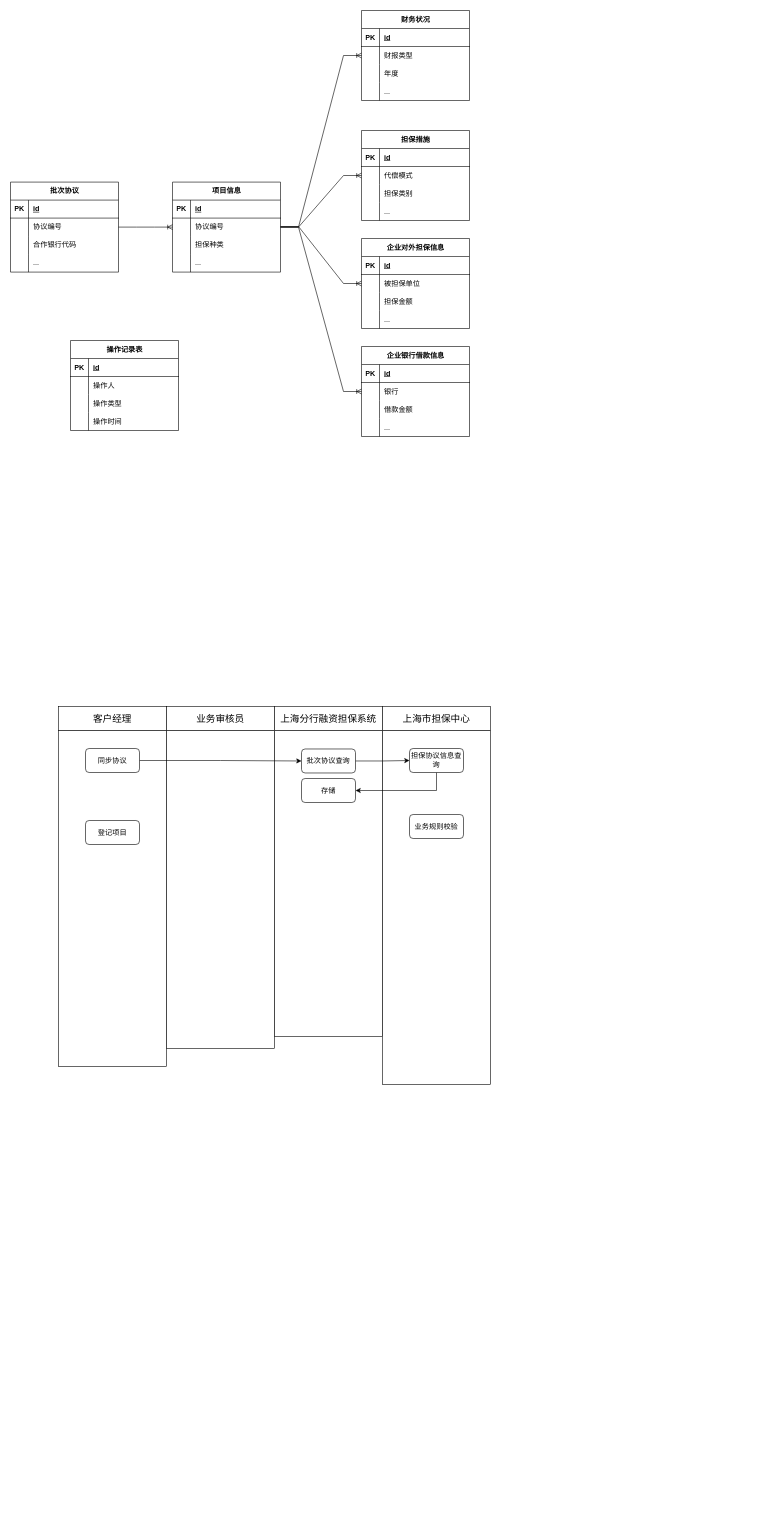
The draw.io diagram rzdbjj.drawio in zhufuyin/draw, before the edit. Source tidied: cells renumbered, new cells numbered last; positions are measured from the earlier drawing's top-left corner, leaving out a move shared by most shapes. Both pictures are drawn from the tidied source at 60%, with x=0, y=0 at pixel (10, 10).
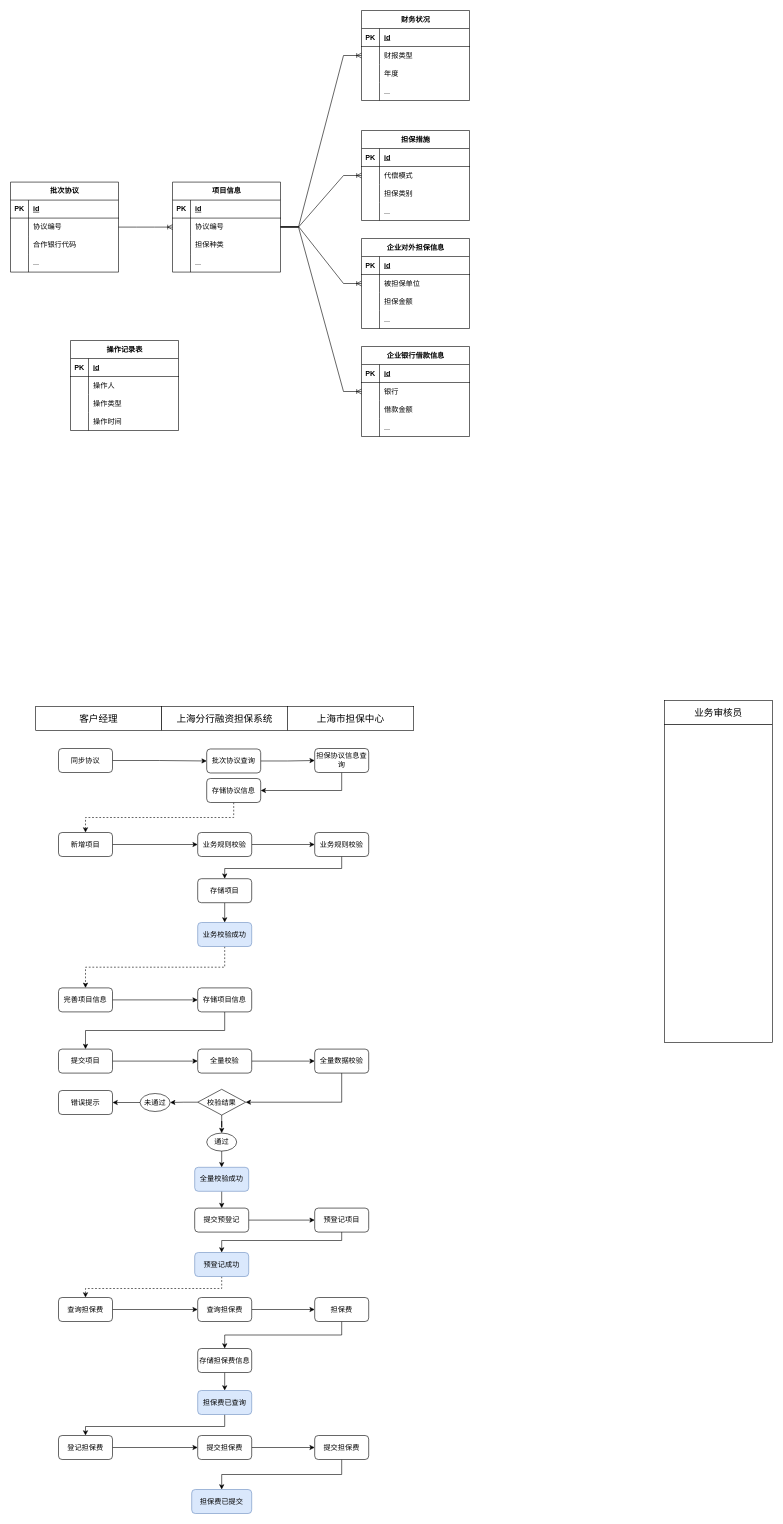
After the change.

What changed in the source:
```diff
@@
-    <mxCell id="2" style="rounded=0;whiteSpace=wrap;html=1;" parent="1" vertex="1">
-      <mxGeometry x="80" y="1200" width="180" height="560" as="geometry" />
-    </mxCell>
-    <mxCell id="3" style="rounded=0;whiteSpace=wrap;html=1;" parent="1" vertex="1">
-      <mxGeometry x="260" y="1200" width="180" height="530" as="geometry" />
-    </mxCell>
-    <mxCell id="4" style="rounded=0;whiteSpace=wrap;html=1;" parent="1" vertex="1">
-      <mxGeometry x="440" y="1200" width="180" height="510" as="geometry" />
-    </mxCell>
     <mxCell id="5" value="客户经理" style="rounded=0;whiteSpace=wrap;html=1;fontSize=16;" parent="1" vertex="1">
-      <mxGeometry x="80" y="1160" width="180" height="40" as="geometry" />
+      <mxGeometry x="42" y="1160" width="210" height="40" as="geometry" />
     </mxCell>
+    <mxCell id="115" style="edgeStyle=orthogonalEdgeStyle;rounded=0;jettySize=auto;html=1;exitX=1;exitY=0.5;exitDx=0;exitDy=0;entryX=0;entryY=0.5;entryDx=0;entryDy=0;" parent="1" edge="1" source="6" target="120">
+      <mxGeometry relative="1" as="geometry" />
+    </mxCell>
-    <mxCell id="6" value="登记项目" style="rounded=1;whiteSpace=wrap;html=1;" parent="1" vertex="1">
-      <mxGeometry x="125" y="1350" width="90" height="40" as="geometry" />
+    <mxCell id="6" value="新增项目" style="rounded=1;whiteSpace=wrap;html=1;" parent="1" vertex="1">
+      <mxGeometry x="80" y="1370" width="90" height="40" as="geometry" />
     </mxCell>
     <mxCell id="7" value="上海市担保中心" style="rounded=0;whiteSpace=wrap;html=1;fontSize=16;" parent="1" vertex="1">
-      <mxGeometry x="620" y="1160" width="180" height="40" as="geometry" />
+      <mxGeometry x="462" y="1160" width="210" height="40" as="geometry" />
     </mxCell>
-    <mxCell id="8" style="rounded=0;whiteSpace=wrap;html=1;" parent="1" vertex="1">
-      <mxGeometry x="620" y="1200" width="180" height="590" as="geometry" />
-    </mxCell>
+    <mxCell id="116" style="edgeStyle=orthogonalEdgeStyle;rounded=0;jettySize=auto;html=1;exitX=0.5;exitY=1;exitDx=0;exitDy=0;entryX=0.5;entryY=0;entryDx=0;entryDy=0;" parent="1" edge="1" source="9" target="122">
+      <mxGeometry relative="1" as="geometry">
+        <Array as="points">
+          <mxPoint x="552" y="1430" />
+          <mxPoint x="357" y="1430" />
+        </Array>
+      </mxGeometry>
+    </mxCell>
     <mxCell id="9" value="业务规则校验" style="rounded=1;whiteSpace=wrap;html=1;" parent="1" vertex="1">
-      <mxGeometry x="665" y="1340" width="90" height="40" as="geometry" />
+      <mxGeometry x="507" y="1370" width="90" height="40" as="geometry" />
     </mxCell>
@@
     <mxCell id="11" value="担保协议信息查询" style="rounded=1;whiteSpace=wrap;html=1;" parent="1" vertex="1">
-      <mxGeometry x="665" y="1230" width="90" height="40" as="geometry" />
+      <mxGeometry x="507" y="1230" width="90" height="40" as="geometry" />
     </mxCell>
     <mxCell id="12" value="上海分行融资担保系统" style="rounded=0;whiteSpace=wrap;html=1;fontSize=16;" parent="1" vertex="1">
-      <mxGeometry x="440" y="1160" width="180" height="40" as="geometry" />
+      <mxGeometry x="252" y="1160" width="210" height="40" as="geometry" />
     </mxCell>
@@
     <mxCell id="14" value="批次协议查询" style="rounded=1;whiteSpace=wrap;html=1;" parent="1" vertex="1">
-      <mxGeometry x="485" y="1230.8" width="90" height="40" as="geometry" />
+      <mxGeometry x="327" y="1230.8" width="90" height="40" as="geometry" />
     </mxCell>
-    <mxCell id="15" value="业务审核员" style="rounded=0;whiteSpace=wrap;html=1;fontSize=16;" parent="1" vertex="1">
-      <mxGeometry x="260" y="1160" width="180" height="40" as="geometry" />
-    </mxCell>
+    <mxCell id="117" style="edgeStyle=orthogonalEdgeStyle;rounded=0;jettySize=auto;html=1;exitX=0.5;exitY=1;exitDx=0;exitDy=0;entryX=0.5;entryY=0;entryDx=0;entryDy=0;dashed=1;" parent="1" edge="1" source="16" target="6">
+      <mxGeometry relative="1" as="geometry" />
+    </mxCell>
-    <mxCell id="16" value="存储" style="rounded=1;whiteSpace=wrap;html=1;" parent="1" vertex="1">
-      <mxGeometry x="485" y="1280" width="90" height="40" as="geometry" />
+    <mxCell id="16" value="存储协议信息" style="rounded=1;whiteSpace=wrap;html=1;" parent="1" vertex="1">
+      <mxGeometry x="327" y="1280" width="90" height="40" as="geometry" />
     </mxCell>
@@
     <mxCell id="18" value="同步协议" style="rounded=1;whiteSpace=wrap;html=1;" parent="1" vertex="1">
-      <mxGeometry x="125" y="1230" width="90" height="40" as="geometry" />
+      <mxGeometry x="80" y="1230" width="90" height="40" as="geometry" />
     </mxCell>
@@
+    <mxCell id="118" style="rounded=0;whiteSpace=wrap;html=1;" parent="1" vertex="1">
+      <mxGeometry x="1090" y="1190" width="180" height="530" as="geometry" />
+    </mxCell>
+    <mxCell id="15" value="业务审核员" style="rounded=0;whiteSpace=wrap;html=1;fontSize=16;" parent="1" vertex="1">
+      <mxGeometry x="1090" y="1150" width="180" height="40" as="geometry" />
+    </mxCell>
+    <mxCell id="119" style="edgeStyle=orthogonalEdgeStyle;rounded=0;jettySize=auto;html=1;exitX=1;exitY=0.5;exitDx=0;exitDy=0;entryX=0;entryY=0.5;entryDx=0;entryDy=0;" parent="1" edge="1" source="120" target="9">
+      <mxGeometry relative="1" as="geometry" />
+    </mxCell>
+    <mxCell id="120" value="业务规则校验" style="rounded=1;whiteSpace=wrap;html=1;" parent="1" vertex="1">
+      <mxGeometry x="312" y="1370" width="90" height="40" as="geometry" />
+    </mxCell>
+    <mxCell id="121" style="edgeStyle=orthogonalEdgeStyle;rounded=0;jettySize=auto;html=1;exitX=0.5;exitY=1;exitDx=0;exitDy=0;entryX=0.5;entryY=0;entryDx=0;entryDy=0;" parent="1" edge="1" source="122" target="167">
+      <mxGeometry relative="1" as="geometry" />
+    </mxCell>
+    <mxCell id="122" value="存储项目" style="rounded=1;whiteSpace=wrap;html=1;" parent="1" vertex="1">
+      <mxGeometry x="312" y="1447" width="90" height="40" as="geometry" />
+    </mxCell>
+    <mxCell id="123" style="edgeStyle=orthogonalEdgeStyle;rounded=0;jettySize=auto;html=1;exitX=1;exitY=0.5;exitDx=0;exitDy=0;entryX=0;entryY=0.5;entryDx=0;entryDy=0;" parent="1" edge="1" source="124" target="126">
+      <mxGeometry relative="1" as="geometry" />
+    </mxCell>
+    <mxCell id="124" value="完善项目信息" style="rounded=1;whiteSpace=wrap;html=1;" parent="1" vertex="1">
+      <mxGeometry x="80" y="1629" width="90" height="40" as="geometry" />
+    </mxCell>
+    <mxCell id="125" style="edgeStyle=orthogonalEdgeStyle;rounded=0;jettySize=auto;html=1;exitX=0.5;exitY=1;exitDx=0;exitDy=0;entryX=0.5;entryY=0;entryDx=0;entryDy=0;" parent="1" edge="1" source="126" target="128">
+      <mxGeometry relative="1" as="geometry" />
+    </mxCell>
+    <mxCell id="126" value="存储项目信息" style="rounded=1;whiteSpace=wrap;html=1;" parent="1" vertex="1">
+      <mxGeometry x="312" y="1629" width="90" height="40" as="geometry" />
+    </mxCell>
+    <mxCell id="127" style="edgeStyle=orthogonalEdgeStyle;rounded=0;jettySize=auto;html=1;exitX=1;exitY=0.5;exitDx=0;exitDy=0;entryX=0;entryY=0.5;entryDx=0;entryDy=0;" parent="1" edge="1" source="128" target="130">
+      <mxGeometry relative="1" as="geometry" />
+    </mxCell>
+    <mxCell id="128" value="提交项目" style="rounded=1;whiteSpace=wrap;html=1;" parent="1" vertex="1">
+      <mxGeometry x="80" y="1731" width="90" height="40" as="geometry" />
+    </mxCell>
+    <mxCell id="129" style="edgeStyle=orthogonalEdgeStyle;rounded=0;jettySize=auto;html=1;exitX=1;exitY=0.5;exitDx=0;exitDy=0;entryX=0;entryY=0.5;entryDx=0;entryDy=0;" parent="1" edge="1" source="130" target="132">
+      <mxGeometry relative="1" as="geometry" />
+    </mxCell>
+    <mxCell id="130" value="全量校验" style="rounded=1;whiteSpace=wrap;html=1;" parent="1" vertex="1">
+      <mxGeometry x="312" y="1731" width="90" height="40" as="geometry" />
+    </mxCell>
+    <mxCell id="131" style="edgeStyle=orthogonalEdgeStyle;rounded=0;jettySize=auto;html=1;exitX=0.5;exitY=1;exitDx=0;exitDy=0;entryX=1;entryY=0.5;entryDx=0;entryDy=0;" parent="1" edge="1" source="132" target="135">
+      <mxGeometry relative="1" as="geometry" />
+    </mxCell>
+    <mxCell id="132" value="全量数据校验" style="rounded=1;whiteSpace=wrap;html=1;" parent="1" vertex="1">
+      <mxGeometry x="507" y="1731" width="90" height="40" as="geometry" />
+    </mxCell>
+    <mxCell id="133" style="edgeStyle=orthogonalEdgeStyle;rounded=0;jettySize=auto;html=1;exitX=0.5;exitY=1;exitDx=0;exitDy=0;" parent="1" edge="1" source="135" target="139">
+      <mxGeometry relative="1" as="geometry" />
+    </mxCell>
+    <mxCell id="134" style="edgeStyle=orthogonalEdgeStyle;rounded=0;jettySize=auto;html=1;exitX=0;exitY=0.5;exitDx=0;exitDy=0;entryX=1;entryY=0.5;entryDx=0;entryDy=0;" parent="1" edge="1" source="135" target="137">
+      <mxGeometry relative="1" as="geometry" />
+    </mxCell>
+    <mxCell id="135" value="校验结果" style="rhombus;whiteSpace=wrap;html=1;" parent="1" vertex="1">
+      <mxGeometry x="312" y="1798" width="80" height="43" as="geometry" />
+    </mxCell>
+    <mxCell id="136" style="edgeStyle=orthogonalEdgeStyle;rounded=0;jettySize=auto;html=1;exitX=0;exitY=0.5;exitDx=0;exitDy=0;entryX=1;entryY=0.5;entryDx=0;entryDy=0;" parent="1" edge="1" source="137" target="140">
+      <mxGeometry relative="1" as="geometry" />
+    </mxCell>
+    <mxCell id="137" value="未通过" style="ellipse;whiteSpace=wrap;html=1;" parent="1" vertex="1">
+      <mxGeometry x="216" y="1805" width="50" height="30" as="geometry" />
+    </mxCell>
+    <mxCell id="138" style="edgeStyle=orthogonalEdgeStyle;rounded=0;jettySize=auto;html=1;exitX=0.5;exitY=1;exitDx=0;exitDy=0;entryX=0.5;entryY=0;entryDx=0;entryDy=0;" parent="1" edge="1" source="139" target="161">
+      <mxGeometry relative="1" as="geometry" />
+    </mxCell>
+    <mxCell id="139" value="通过" style="ellipse;whiteSpace=wrap;html=1;" parent="1" vertex="1">
+      <mxGeometry x="327" y="1871" width="50" height="30" as="geometry" />
+    </mxCell>
+    <mxCell id="140" value="错误提示" style="rounded=1;whiteSpace=wrap;html=1;" parent="1" vertex="1">
+      <mxGeometry x="80" y="1800" width="90" height="40" as="geometry" />
+    </mxCell>
+    <mxCell id="141" style="edgeStyle=orthogonalEdgeStyle;rounded=0;jettySize=auto;html=1;exitX=1;exitY=0.5;exitDx=0;exitDy=0;entryX=0;entryY=0.5;entryDx=0;entryDy=0;" parent="1" edge="1" source="142" target="144">
+      <mxGeometry relative="1" as="geometry" />
+    </mxCell>
+    <mxCell id="142" value="提交预登记" style="rounded=1;whiteSpace=wrap;html=1;" parent="1" vertex="1">
+      <mxGeometry x="307" y="1996" width="90" height="40" as="geometry" />
+    </mxCell>
+    <mxCell id="143" style="edgeStyle=orthogonalEdgeStyle;rounded=0;jettySize=auto;html=1;exitX=0.5;exitY=1;exitDx=0;exitDy=0;entryX=0.5;entryY=0;entryDx=0;entryDy=0;" parent="1" edge="1" source="144" target="163">
+      <mxGeometry relative="1" as="geometry">
+        <Array as="points">
+          <mxPoint x="552" y="2050" />
+          <mxPoint x="352" y="2050" />
+        </Array>
+      </mxGeometry>
+    </mxCell>
+    <mxCell id="144" value="预登记项目" style="rounded=1;whiteSpace=wrap;html=1;" parent="1" vertex="1">
+      <mxGeometry x="507" y="1996" width="90" height="40" as="geometry" />
+    </mxCell>
+    <mxCell id="145" style="edgeStyle=orthogonalEdgeStyle;rounded=0;jettySize=auto;html=1;exitX=1;exitY=0.5;exitDx=0;exitDy=0;entryX=0;entryY=0.5;entryDx=0;entryDy=0;" parent="1" edge="1" source="146" target="148">
+      <mxGeometry relative="1" as="geometry" />
+    </mxCell>
+    <mxCell id="146" value="查询担保费" style="rounded=1;whiteSpace=wrap;html=1;" parent="1" vertex="1">
+      <mxGeometry x="80" y="2145" width="90" height="40" as="geometry" />
+    </mxCell>
+    <mxCell id="147" style="edgeStyle=orthogonalEdgeStyle;rounded=0;jettySize=auto;html=1;exitX=1;exitY=0.5;exitDx=0;exitDy=0;entryX=0;entryY=0.5;entryDx=0;entryDy=0;" parent="1" edge="1" source="148" target="150">
+      <mxGeometry relative="1" as="geometry" />
+    </mxCell>
+    <mxCell id="148" value="查询担保费" style="rounded=1;whiteSpace=wrap;html=1;" parent="1" vertex="1">
+      <mxGeometry x="312" y="2145" width="90" height="40" as="geometry" />
+    </mxCell>
+    <mxCell id="149" style="edgeStyle=orthogonalEdgeStyle;rounded=0;jettySize=auto;html=1;exitX=0.5;exitY=1;exitDx=0;exitDy=0;entryX=0.5;entryY=0;entryDx=0;entryDy=0;" parent="1" edge="1" source="150" target="152">
+      <mxGeometry relative="1" as="geometry" />
+    </mxCell>
+    <mxCell id="150" value="担保费" style="rounded=1;whiteSpace=wrap;html=1;" parent="1" vertex="1">
+      <mxGeometry x="507" y="2145" width="90" height="40" as="geometry" />
+    </mxCell>
+    <mxCell id="151" style="edgeStyle=orthogonalEdgeStyle;rounded=0;jettySize=auto;html=1;exitX=0.5;exitY=1;exitDx=0;exitDy=0;entryX=0.5;entryY=0;entryDx=0;entryDy=0;" parent="1" edge="1" source="152" target="165">
+      <mxGeometry relative="1" as="geometry" />
+    </mxCell>
+    <mxCell id="152" value="存储担保费信息" style="rounded=1;whiteSpace=wrap;html=1;" parent="1" vertex="1">
+      <mxGeometry x="312" y="2230" width="90" height="40" as="geometry" />
+    </mxCell>
+    <mxCell id="153" style="edgeStyle=orthogonalEdgeStyle;rounded=0;jettySize=auto;html=1;exitX=1;exitY=0.5;exitDx=0;exitDy=0;entryX=0;entryY=0.5;entryDx=0;entryDy=0;" parent="1" edge="1" source="154" target="156">
+      <mxGeometry relative="1" as="geometry" />
+    </mxCell>
+    <mxCell id="154" value="登记担保费" style="rounded=1;whiteSpace=wrap;html=1;" parent="1" vertex="1">
+      <mxGeometry x="80" y="2375" width="90" height="40" as="geometry" />
+    </mxCell>
+    <mxCell id="155" style="edgeStyle=orthogonalEdgeStyle;rounded=0;jettySize=auto;html=1;exitX=1;exitY=0.5;exitDx=0;exitDy=0;entryX=0;entryY=0.5;entryDx=0;entryDy=0;" parent="1" edge="1" source="156" target="158">
+      <mxGeometry relative="1" as="geometry" />
+    </mxCell>
+    <mxCell id="156" value="提交担保费" style="rounded=1;whiteSpace=wrap;html=1;" parent="1" vertex="1">
+      <mxGeometry x="312" y="2375" width="90" height="40" as="geometry" />
+    </mxCell>
+    <mxCell id="157" style="edgeStyle=orthogonalEdgeStyle;rounded=0;jettySize=auto;html=1;exitX=0.5;exitY=1;exitDx=0;exitDy=0;entryX=0.5;entryY=0;entryDx=0;entryDy=0;" parent="1" edge="1" source="158" target="159">
+      <mxGeometry relative="1" as="geometry" />
+    </mxCell>
+    <mxCell id="158" value="提交担保费" style="rounded=1;whiteSpace=wrap;html=1;" parent="1" vertex="1">
+      <mxGeometry x="507" y="2375" width="90" height="40" as="geometry" />
+    </mxCell>
+    <mxCell id="159" value="&lt;div&gt;担保费已提交&lt;/div&gt;" style="rounded=1;whiteSpace=wrap;html=1;fillColor=#dae8fc;strokeColor=#6c8ebf;" parent="1" vertex="1">
+      <mxGeometry x="302" y="2465" width="100" height="40" as="geometry" />
+    </mxCell>
+    <mxCell id="160" style="edgeStyle=orthogonalEdgeStyle;rounded=0;jettySize=auto;html=1;exitX=0.5;exitY=1;exitDx=0;exitDy=0;entryX=0.5;entryY=0;entryDx=0;entryDy=0;" parent="1" edge="1" source="161" target="142">
+      <mxGeometry relative="1" as="geometry" />
+    </mxCell>
+    <mxCell id="161" value="全量校验成功" style="rounded=1;whiteSpace=wrap;html=1;fillColor=#dae8fc;strokeColor=#6c8ebf;" parent="1" vertex="1">
+      <mxGeometry x="307" y="1928" width="90" height="40" as="geometry" />
+    </mxCell>
+    <mxCell id="162" style="edgeStyle=orthogonalEdgeStyle;rounded=0;jettySize=auto;html=1;exitX=0.5;exitY=1;exitDx=0;exitDy=0;entryX=0.5;entryY=0;entryDx=0;entryDy=0;dashed=1;" parent="1" edge="1" source="163" target="146">
+      <mxGeometry relative="1" as="geometry">
+        <Array as="points">
+          <mxPoint x="352" y="2130" />
+          <mxPoint x="125" y="2130" />
+        </Array>
+      </mxGeometry>
+    </mxCell>
+    <mxCell id="163" value="预登记成功" style="rounded=1;whiteSpace=wrap;html=1;fillColor=#dae8fc;strokeColor=#6c8ebf;" parent="1" vertex="1">
+      <mxGeometry x="307" y="2070" width="90" height="40" as="geometry" />
+    </mxCell>
+    <mxCell id="164" style="edgeStyle=orthogonalEdgeStyle;rounded=0;jettySize=auto;html=1;exitX=0.5;exitY=1;exitDx=0;exitDy=0;entryX=0.5;entryY=0;entryDx=0;entryDy=0;" parent="1" edge="1" source="165" target="154">
+      <mxGeometry relative="1" as="geometry">
+        <Array as="points">
+          <mxPoint x="357" y="2360" />
+          <mxPoint x="125" y="2360" />
+        </Array>
+      </mxGeometry>
+    </mxCell>
+    <mxCell id="165" value="担保费已查询" style="rounded=1;whiteSpace=wrap;html=1;fillColor=#dae8fc;strokeColor=#6c8ebf;" parent="1" vertex="1">
+      <mxGeometry x="312" y="2300" width="90" height="40" as="geometry" />
+    </mxCell>
+    <mxCell id="166" style="edgeStyle=orthogonalEdgeStyle;rounded=0;jettySize=auto;html=1;exitX=0.5;exitY=1;exitDx=0;exitDy=0;entryX=0.5;entryY=0;entryDx=0;entryDy=0;dashed=1;" parent="1" edge="1" source="167" target="124">
+      <mxGeometry relative="1" as="geometry" />
+    </mxCell>
+    <mxCell id="167" value="业务校验成功" style="rounded=1;whiteSpace=wrap;html=1;fillColor=#dae8fc;strokeColor=#6c8ebf;" parent="1" vertex="1">
+      <mxGeometry x="312" y="1520" width="90" height="40" as="geometry" />
+    </mxCell>
```
